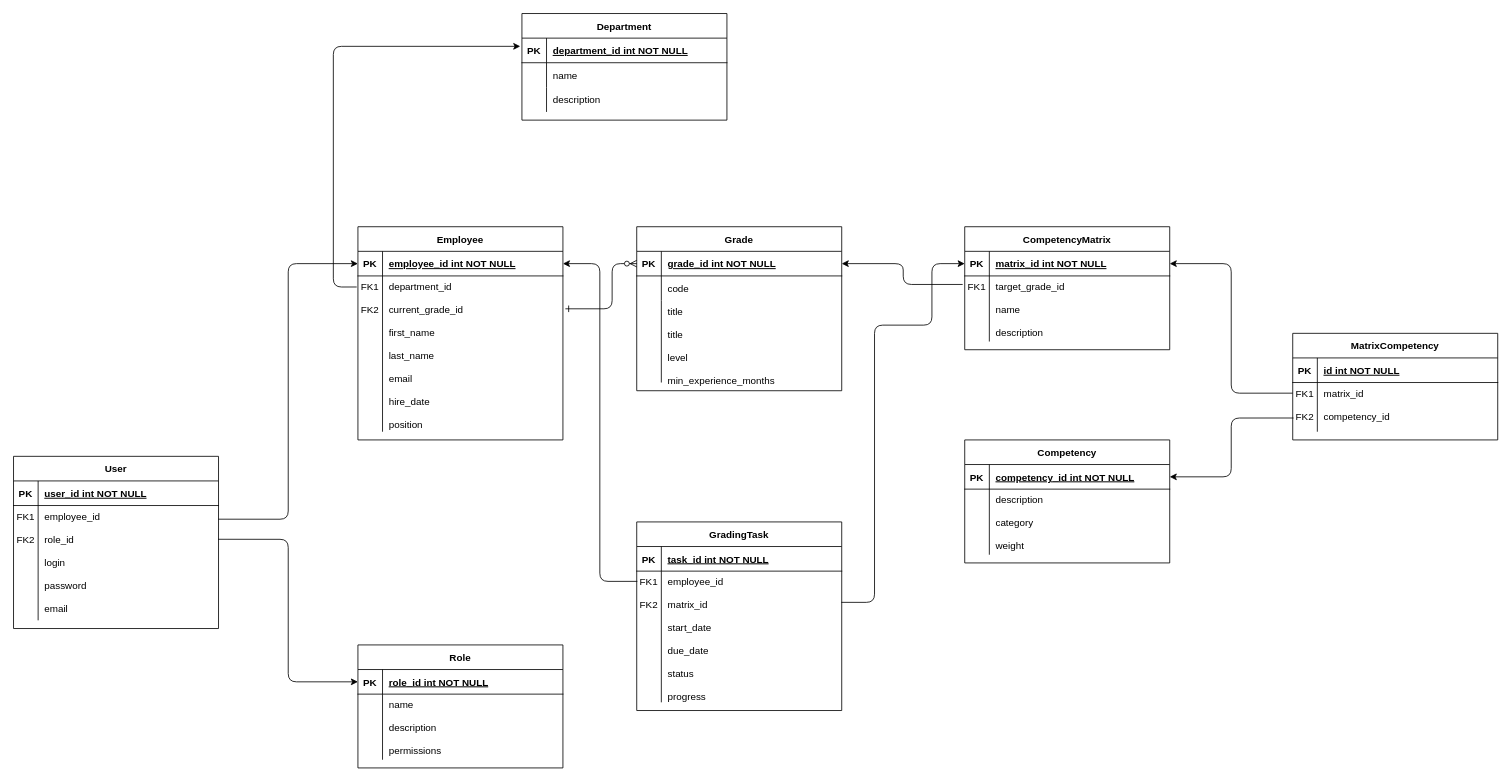
Earlier version of the draw.io diagram Untitled Diagram.drawio (solonarr/ET_test-analytics). Source tidied: cells renumbered, new cells numbered last; positions are measured from the earlier drawing's top-left corner, leaving out a move shared by most shapes. Both pictures are drawn from the tidied source at 82%, with x=0, y=0 at pixel (13, 13).
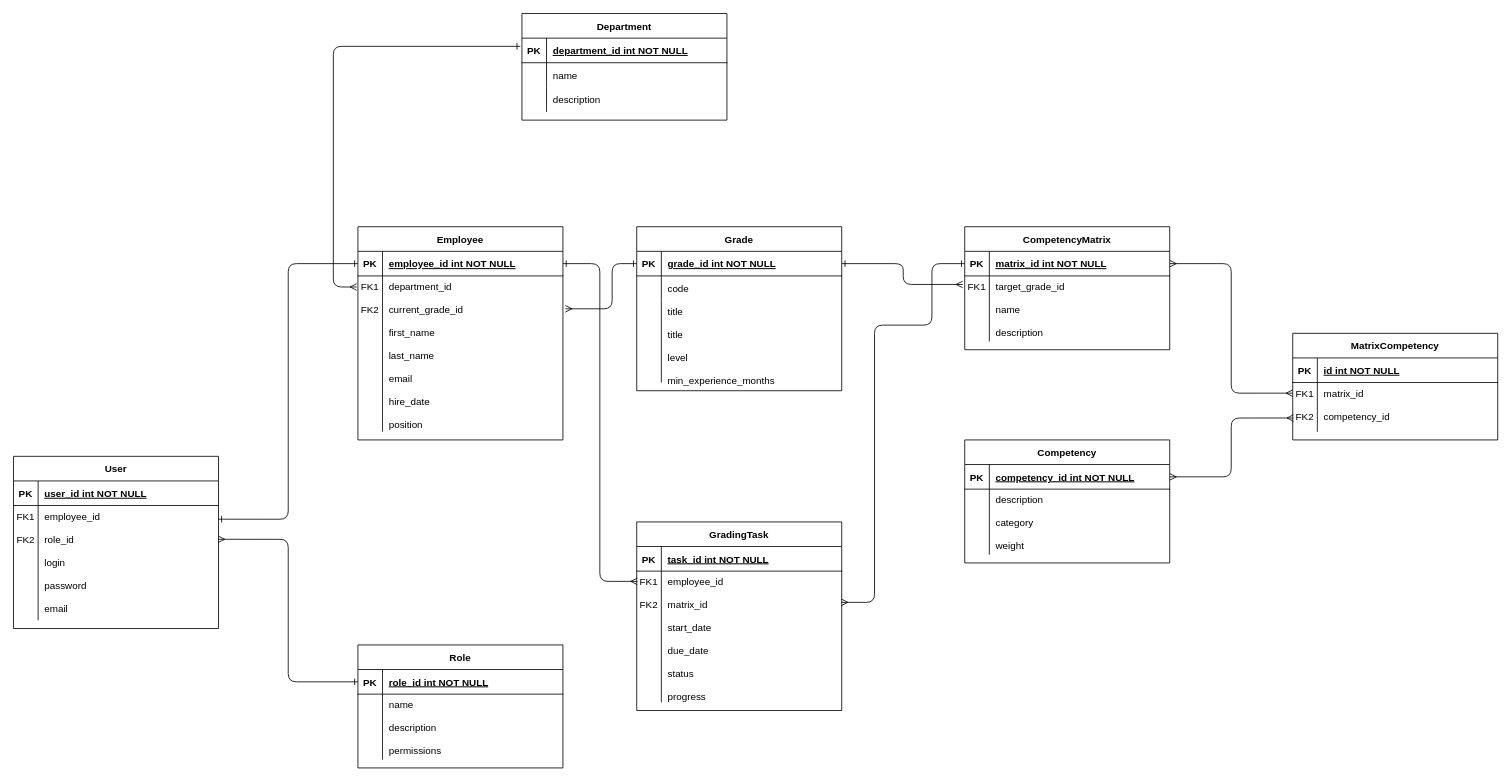
The same page after the edit.

Unchanged cells that the change refers to:
```xml
<mxCell id="4" style="shape=partialRectangle;fillColor=none;points=[[0,0.5],[1,0.5]];portConstraint=eastwest;top=0;left=0;right=0;bottom=1;" parent="3" vertex="1">
  <mxGeometry y="30" width="250" height="30" as="geometry" />
</mxCell>
<mxCell id="24" style="shape=partialRectangle;fillColor=none;points=[[0,0.5],[1,0.5]];portConstraint=eastwest;top=0;left=0;right=0;bottom=1;" parent="23" vertex="1">
  <mxGeometry y="30" width="250" height="30" as="geometry" />
</mxCell>
<mxCell id="27" style="shape=partialRectangle;fillColor=none;points=[[0,0.5],[1,0.5]];portConstraint=eastwest;top=0;left=0;right=0;bottom=0;" parent="23" vertex="1">
  <mxGeometry y="60" width="250" height="190" as="geometry" />
</mxCell>
<mxCell id="31" style="shape=partialRectangle;fillColor=none;points=[[0,0.5],[1,0.5]];portConstraint=eastwest;top=0;left=0;right=0;bottom=1;" parent="30" vertex="1">
  <mxGeometry y="30" width="250" height="30" as="geometry" />
</mxCell>
<mxCell id="34" style="shape=partialRectangle;fillColor=none;points=[[0,0.5],[1,0.5]];portConstraint=eastwest;top=0;left=0;right=0;bottom=0;" parent="30" vertex="1">
  <mxGeometry y="60" width="250" height="80" as="geometry" />
</mxCell>
<mxCell id="39" style="shape=partialRectangle;fillColor=none;points=[[0,0.5],[1,0.5]];portConstraint=eastwest;top=0;left=0;right=0;bottom=1;" parent="38" vertex="1">
  <mxGeometry y="30" width="250" height="30" as="geometry" />
</mxCell>
<mxCell id="50" style="shape=partialRectangle;fillColor=none;points=[[0,0.5],[1,0.5]];portConstraint=eastwest;top=0;left=0;right=0;bottom=0;" parent="46" vertex="1">
  <mxGeometry y="60" width="250" height="60" as="geometry" />
</mxCell>
<mxCell id="59" style="shape=partialRectangle;fillColor=none;points=[[0,0.5],[1,0.5]];portConstraint=eastwest;top=0;left=0;right=0;bottom=0;" parent="55" vertex="1">
  <mxGeometry y="60" width="250" height="160" as="geometry" />
</mxCell>
<mxCell id="65" style="shape=partialRectangle;fillColor=none;points=[[0,0.5],[1,0.5]];portConstraint=eastwest;top=0;left=0;right=0;bottom=1;" parent="64" vertex="1">
  <mxGeometry y="30" width="250" height="30" as="geometry" />
</mxCell>
<mxCell id="75" style="shape=partialRectangle;fillColor=none;points=[[0,0.5],[1,0.5]];portConstraint=eastwest;top=0;left=0;right=0;bottom=0;" parent="71" vertex="1">
  <mxGeometry y="60" width="250" height="140" as="geometry" />
</mxCell>
```

Diff of the diagram source:
```diff
@@
-    <mxCell id="2" style="endArrow=ERzeroToMany;startArrow=ERone;endFill=1;startFill=0;exitX=1.012;exitY=0.211;exitDx=0;exitDy=0;exitPerimeter=0;entryX=0;entryY=0.5;entryDx=0;entryDy=0;edgeStyle=orthogonalEdgeStyle;" parent="1" edge="1" source="27" target="4">
+    <mxCell id="2" style="endArrow=ERone;startArrow=ERmany;endFill=0;startFill=0;exitX=1.012;exitY=0.211;exitDx=0;exitDy=0;exitPerimeter=0;entryX=0;entryY=0.5;entryDx=0;entryDy=0;edgeStyle=orthogonalEdgeStyle;" parent="1" edge="1" source="27" target="4">
       <mxGeometry relative="1" as="geometry">
         <Array as="points">
           <mxPoint x="730" y="360" />
           <mxPoint x="730" y="305" />
         </Array>
       </mxGeometry>
     </mxCell>
@@
-    <mxCell id="37" style="edgeStyle=orthogonalEdgeStyle;rounded=1;jettySize=auto;html=1;exitX=-0.01;exitY=0.13;exitDx=0;exitDy=0;entryX=1;entryY=0.5;entryDx=0;entryDy=0;exitPerimeter=0;curved=0;" parent="1" edge="1" source="34" target="4">
+    <mxCell id="37" style="edgeStyle=orthogonalEdgeStyle;rounded=1;jettySize=auto;html=1;exitX=-0.01;exitY=0.13;exitDx=0;exitDy=0;entryX=1;entryY=0.5;entryDx=0;entryDy=0;exitPerimeter=0;curved=0;startArrow=ERmany;startFill=0;endArrow=ERone;endFill=0;" parent="1" edge="1" source="34" target="4">
       <mxGeometry relative="1" as="geometry" />
     </mxCell>
@@
-    <mxCell id="45" style="edgeStyle=orthogonalEdgeStyle;rounded=1;jettySize=auto;html=1;exitX=-0.006;exitY=0.071;exitDx=0;exitDy=0;exitPerimeter=0;curved=0;" parent="1" edge="1" source="27">
+    <mxCell id="45" style="edgeStyle=orthogonalEdgeStyle;rounded=1;jettySize=auto;html=1;exitX=-0.006;exitY=0.071;exitDx=0;exitDy=0;exitPerimeter=0;curved=0;startArrow=ERmany;startFill=0;endArrow=ERone;endFill=0;" parent="1" edge="1" source="27">
       <mxGeometry relative="1" as="geometry">
         <mxPoint x="618" y="40" as="targetPoint" />
         <Array as="points">
           <mxPoint x="390" y="333" />
           <mxPoint x="390" y="40" />
           <mxPoint x="618" y="40" />
         </Array>
       </mxGeometry>
     </mxCell>
@@
-    <mxCell id="53" style="edgeStyle=orthogonalEdgeStyle;rounded=1;jettySize=auto;html=1;exitX=0.004;exitY=0.721;exitDx=0;exitDy=0;entryX=1;entryY=0.5;entryDx=0;entryDy=0;curved=0;exitPerimeter=0;" parent="1" edge="1" source="50" target="39">
+    <mxCell id="53" style="edgeStyle=orthogonalEdgeStyle;rounded=1;jettySize=auto;html=1;exitX=0.004;exitY=0.721;exitDx=0;exitDy=0;entryX=1;entryY=0.5;entryDx=0;entryDy=0;curved=0;exitPerimeter=0;startArrow=ERmany;startFill=0;endArrow=ERmany;endFill=0;" parent="1" edge="1" source="50" target="39">
       <mxGeometry relative="1" as="geometry" />
     </mxCell>
-    <mxCell id="54" style="edgeStyle=orthogonalEdgeStyle;rounded=1;jettySize=auto;html=1;exitX=0;exitY=0.216;exitDx=0;exitDy=0;entryX=1;entryY=0.5;entryDx=0;entryDy=0;curved=0;exitPerimeter=0;" parent="1" edge="1" source="50" target="31">
+    <mxCell id="54" style="edgeStyle=orthogonalEdgeStyle;rounded=1;jettySize=auto;html=1;exitX=0;exitY=0.216;exitDx=0;exitDy=0;entryX=1;entryY=0.5;entryDx=0;entryDy=0;curved=0;exitPerimeter=0;startArrow=ERmany;startFill=0;endArrow=ERmany;endFill=0;" parent="1" edge="1" source="50" target="31">
       <mxGeometry relative="1" as="geometry">
         <Array as="points">
           <mxPoint x="1485" y="463" />
           <mxPoint x="1485" y="305" />
         </Array>
       </mxGeometry>
     </mxCell>
@@
-    <mxCell id="62" style="edgeStyle=orthogonalEdgeStyle;rounded=1;jettySize=auto;html=1;exitX=0.003;exitY=0.078;exitDx=0;exitDy=0;entryX=1;entryY=0.5;entryDx=0;entryDy=0;curved=0;exitPerimeter=0;" parent="1" edge="1" source="59" target="24">
+    <mxCell id="62" style="edgeStyle=orthogonalEdgeStyle;rounded=1;jettySize=auto;html=1;exitX=0.003;exitY=0.078;exitDx=0;exitDy=0;entryX=1;entryY=0.5;entryDx=0;entryDy=0;curved=0;exitPerimeter=0;startArrow=ERmany;startFill=0;endArrow=ERone;endFill=0;" parent="1" edge="1" source="59" target="24">
       <mxGeometry relative="1" as="geometry" />
     </mxCell>
-    <mxCell id="63" style="edgeStyle=orthogonalEdgeStyle;rounded=1;jettySize=auto;html=1;exitX=0.998;exitY=0.238;exitDx=0;exitDy=0;entryX=0;entryY=0.5;entryDx=0;entryDy=0;curved=0;exitPerimeter=0;" parent="1" edge="1" source="59" target="31">
+    <mxCell id="63" style="edgeStyle=orthogonalEdgeStyle;rounded=1;jettySize=auto;html=1;exitX=0.998;exitY=0.238;exitDx=0;exitDy=0;entryX=0;entryY=0.5;entryDx=0;entryDy=0;curved=0;exitPerimeter=0;startArrow=ERmany;startFill=0;endArrow=ERone;endFill=0;" parent="1" edge="1" source="59" target="31">
       <mxGeometry relative="1" as="geometry">
         <Array as="points">
           <mxPoint x="1050" y="718" />
           <mxPoint x="1050" y="380" />
           <mxPoint x="1120" y="380" />
           <mxPoint x="1120" y="305" />
         </Array>
       </mxGeometry>
     </mxCell>
@@
-    <mxCell id="78" style="edgeStyle=orthogonalEdgeStyle;rounded=1;jettySize=auto;html=1;exitX=0.998;exitY=0.294;exitDx=0;exitDy=0;entryX=0;entryY=0.5;entryDx=0;entryDy=0;curved=0;exitPerimeter=0;" parent="1" edge="1" source="75" target="65">
+    <mxCell id="78" style="edgeStyle=orthogonalEdgeStyle;rounded=1;jettySize=auto;html=1;exitX=0.998;exitY=0.294;exitDx=0;exitDy=0;entryX=0;entryY=0.5;entryDx=0;entryDy=0;curved=0;exitPerimeter=0;startArrow=ERmany;startFill=0;endArrow=ERone;endFill=0;" parent="1" edge="1" source="75" target="65">
       <mxGeometry relative="1" as="geometry" />
     </mxCell>
-    <mxCell id="79" style="edgeStyle=orthogonalEdgeStyle;rounded=1;jettySize=auto;html=1;exitX=0.999;exitY=0.119;exitDx=0;exitDy=0;entryX=0;entryY=0.5;entryDx=0;entryDy=0;curved=0;exitPerimeter=0;" parent="1" edge="1" source="75" target="24">
+    <mxCell id="79" style="edgeStyle=orthogonalEdgeStyle;rounded=1;jettySize=auto;html=1;exitX=0.999;exitY=0.119;exitDx=0;exitDy=0;entryX=0;entryY=0.5;entryDx=0;entryDy=0;curved=0;exitPerimeter=0;startArrow=ERone;startFill=0;endArrow=ERone;endFill=0;" parent="1" edge="1" source="75" target="24">
       <mxGeometry relative="1" as="geometry" />
     </mxCell>
```
